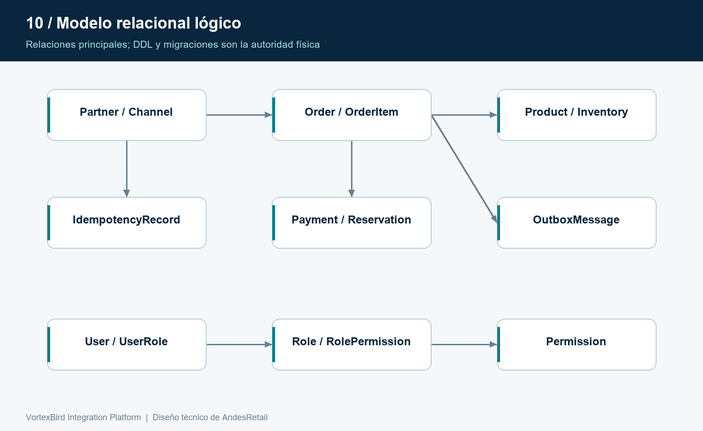
Before: diagrams/rendered/10-data-model.png, a diagram exported from Mermaid (Arukado01/vortexbird-documentation). Its source is kept beside it as diagrams/10-data-model.mmd.
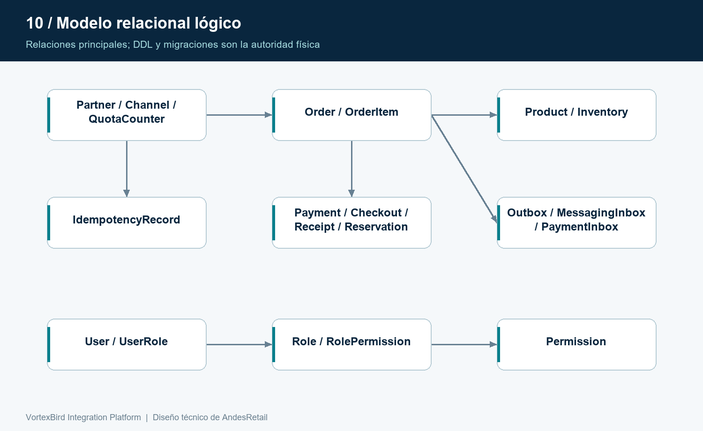
The same file after the commit.

The edit, as a diff of the source:
```diff
@@ -3,11 +3,16 @@
   PARTNER ||--o{ ORDER : posee
   ORDER ||--|{ ORDER_ITEM : contiene
   ORDER ||--o{ PAYMENT : referencia
+  ORDER ||--o| PAYMENT_CHECKOUT : inicia
+  ORDER ||--o{ PAYMENT_RECEIPT : concilia
+  PAYMENT_INBOX }o--|| PAYMENT_RECEIPT : identifica
   ORDER ||--o{ RESERVATION : requiere
   PRODUCT ||--o{ ORDER_ITEM : identifica
   PRODUCT ||--o{ INVENTORY : disponibilidad
   ORDER ||--o{ OUTBOX_MESSAGE : origina
+  OUTBOX_MESSAGE ||--o{ MESSAGING_INBOX : deduplica
   PARTNER ||--o{ IDEMPOTENCY_RECORD : aisla
+  PARTNER ||--o{ QUOTA_COUNTER : limita
   USER ||--o{ USER_ROLE : recibe
   ROLE ||--o{ USER_ROLE : asigna
   ROLE ||--o{ ROLE_PERMISSION : permite
```
